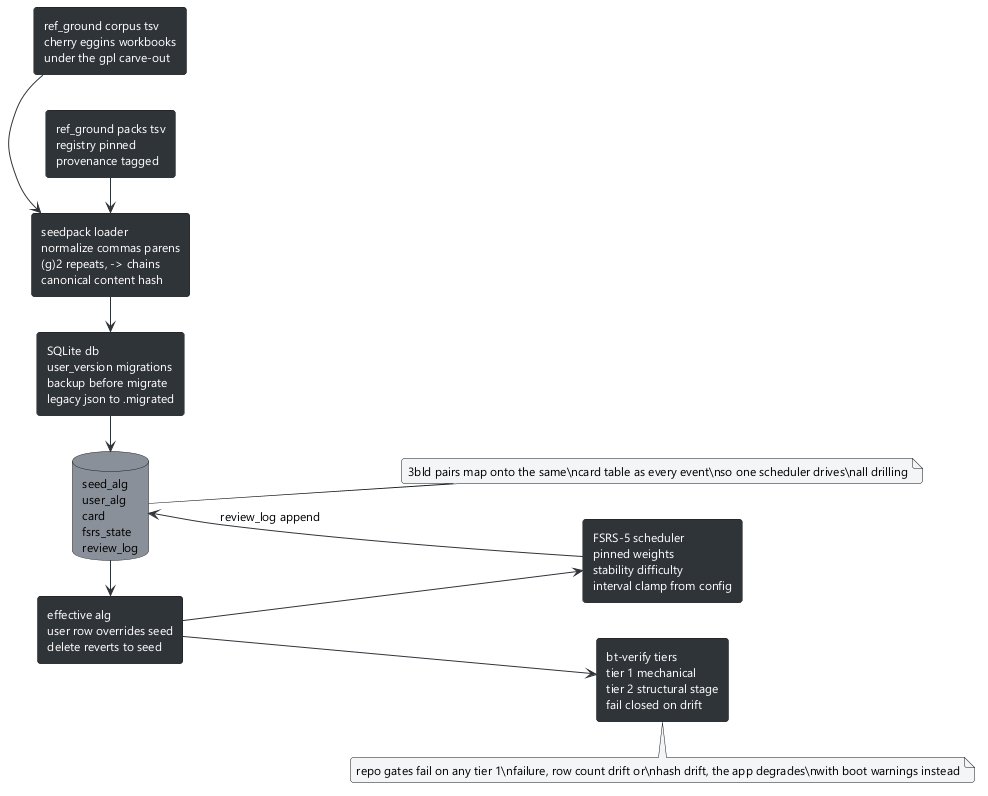
Before: docs/diagrams/04-data.png, a diagram exported from PlantUML (lavantien/blind-trainer).
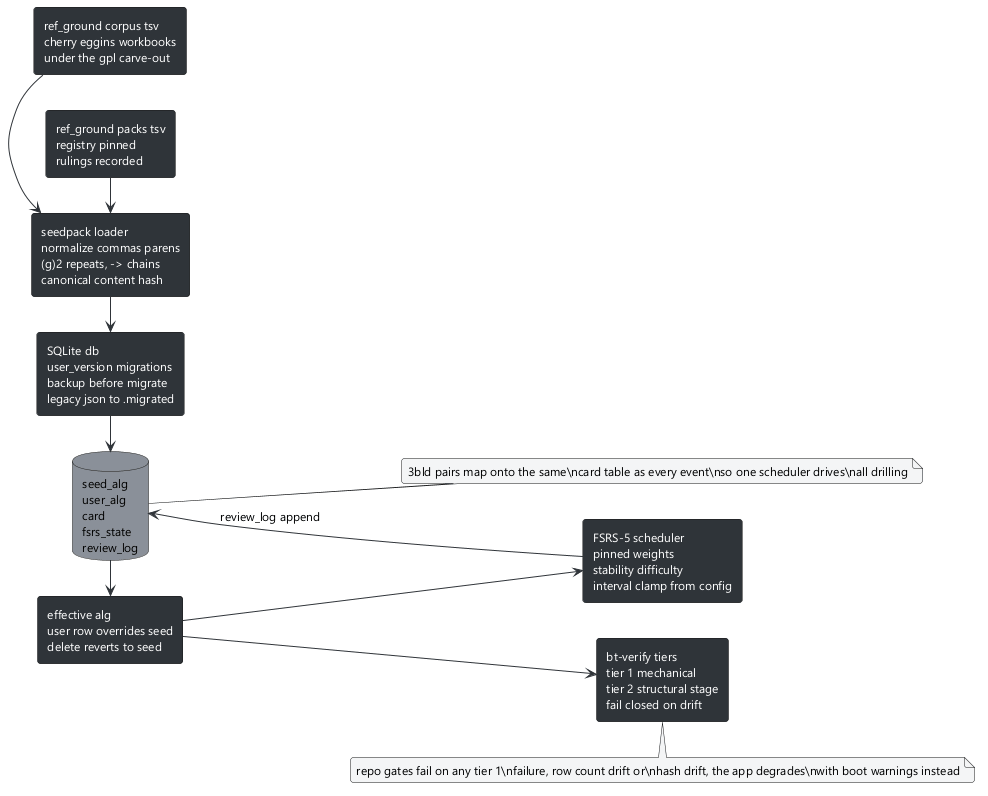
After the commit.

Diff of the diagram source:
```diff
@@ -10,7 +10,7 @@
 skinparam databaseBackgroundColor #8a9099
 skinparam NoteBackgroundColor #f4f5f6
 rectangle "ref_ground corpus tsv\ncherry eggins workbooks\nunder the gpl carve-out" as tsv
-rectangle "ref_ground packs tsv\nregistry pinned\nprovenance tagged" as packs
+rectangle "ref_ground packs tsv\nregistry pinned\nrulings recorded" as packs
 rectangle "seedpack loader\nnormalize commas parens\n(g)2 repeats, -> chains\ncanonical content hash" as loader
 rectangle "SQLite db\nuser_version migrations\nbackup before migrate\nlegacy json to .migrated" as db
 database "seed_alg\nuser_alg\ncard\nfsrs_state\nreview_log" as tables
```
